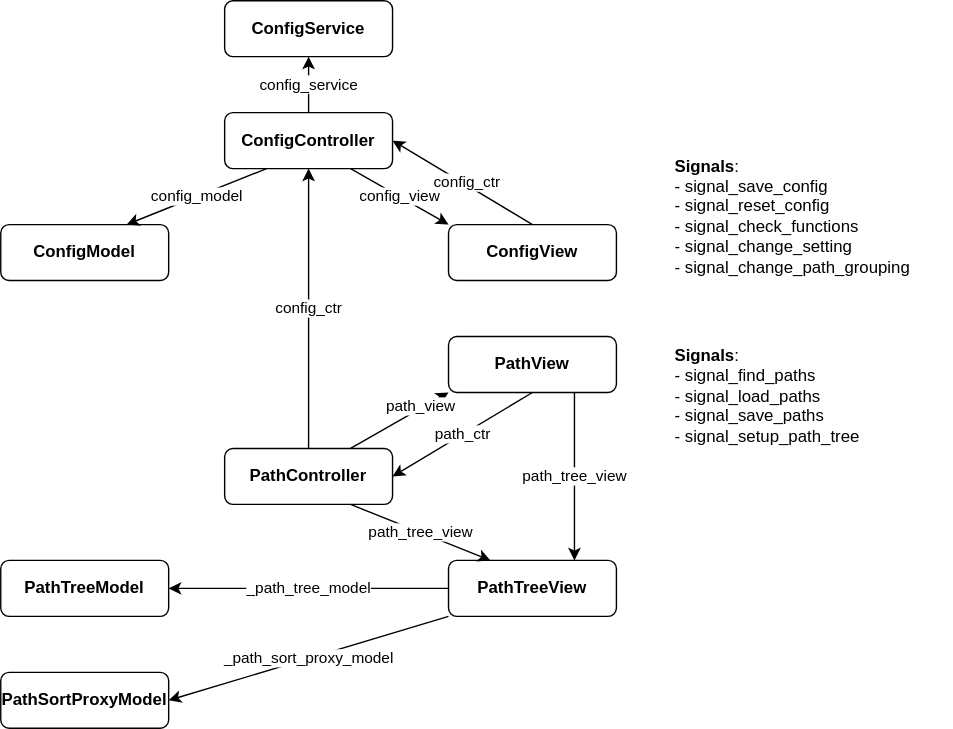
cyber-defence-campus/mole keeps this draw.io diagram as resources/software_architecture.svg. Above is the earlier version. Source tidied: cells renumbered, new cells last; positions are measured from the earlier drawing's top-left corner, leaving out a move shared by most shapes. Its diagram source:
```xml
<mxGraphModel>
  <root>
    <mxCell id="0" />
    <mxCell id="1" parent="0" />
    <mxCell id="2" value="&lt;b&gt;ConfigService&lt;/b&gt;" style="rounded=1;whiteSpace=wrap;html=1;" parent="1" vertex="1">
      <mxGeometry x="160" width="120" height="40" as="geometry" />
    </mxCell>
    <mxCell id="3" value="&lt;b&gt;ConfigModel&lt;/b&gt;" style="rounded=1;whiteSpace=wrap;html=1;" parent="1" vertex="1">
      <mxGeometry y="160" width="120" height="40" as="geometry" />
    </mxCell>
    <mxCell id="4" value="&lt;b&gt;ConfigView&lt;/b&gt;" style="rounded=1;whiteSpace=wrap;html=1;" parent="1" vertex="1">
      <mxGeometry x="320" y="160" width="120" height="40" as="geometry" />
    </mxCell>
    <mxCell id="5" value="&lt;b&gt;ConfigController&lt;/b&gt;" style="rounded=1;whiteSpace=wrap;html=1;" parent="1" vertex="1">
      <mxGeometry x="160" y="80" width="120" height="40" as="geometry" />
    </mxCell>
    <mxCell id="6" value="_config_ctr" style="endArrow=classic;html=1;rounded=0;exitX=0.5;exitY=0;exitDx=0;exitDy=0;entryX=1;entryY=0.5;entryDx=0;entryDy=0;" parent="1" edge="1" source="4" target="5">
      <mxGeometry relative="1" as="geometry" />
    </mxCell>
    <mxCell id="7" value="config_view" style="endArrow=classic;html=1;rounded=0;exitX=0.75;exitY=1;exitDx=0;exitDy=0;entryX=0;entryY=0;entryDx=0;entryDy=0;" parent="1" edge="1" source="5" target="4">
      <mxGeometry relative="1" as="geometry" />
    </mxCell>
    <mxCell id="8" value="config_model" style="endArrow=classic;html=1;rounded=0;exitX=0.25;exitY=1;exitDx=0;exitDy=0;entryX=0.75;entryY=0;entryDx=0;entryDy=0;" parent="1" edge="1" source="5" target="3">
      <mxGeometry relative="1" as="geometry" />
    </mxCell>
    <mxCell id="9" value="config&lt;span style=&quot;background-color: light-dark(#ffffff, var(--ge-dark-color, #121212)); color: light-dark(rgb(0, 0, 0), rgb(255, 255, 255));&quot;&gt;_service&lt;/span&gt;" style="endArrow=classic;html=1;rounded=0;entryX=0.5;entryY=1;entryDx=0;entryDy=0;exitX=0.5;exitY=0;exitDx=0;exitDy=0;" parent="1" edge="1" source="5" target="2">
      <mxGeometry relative="1" as="geometry" />
    </mxCell>
    <mxCell id="10" value="&lt;b&gt;Signals&lt;/b&gt;:&lt;br&gt;- signal_save_config&lt;br&gt;- signal_reset_config&lt;br&gt;- signal_check_functions&lt;br&gt;- signal_change_setting&lt;br&gt;- signal_change_path_grouping" style="text;html=1;align=left;verticalAlign=bottom;whiteSpace=wrap;rounded=0;spacingLeft=0;spacingRight=0;spacingBottom=0;spacingTop=0;" parent="1" vertex="1">
      <mxGeometry x="480" y="80" width="200" height="120" as="geometry" />
    </mxCell>
    <mxCell id="11" value="&lt;b&gt;PathController&lt;/b&gt;" style="rounded=1;whiteSpace=wrap;html=1;" parent="1" vertex="1">
      <mxGeometry x="160" y="320" width="120" height="40" as="geometry" />
    </mxCell>
    <mxCell id="12" value="&lt;b&gt;PathView&lt;/b&gt;" style="rounded=1;whiteSpace=wrap;html=1;" parent="1" vertex="1">
      <mxGeometry x="320" y="240" width="120" height="40" as="geometry" />
    </mxCell>
    <mxCell id="13" value="path_view" style="endArrow=classic;html=1;rounded=0;entryX=0;entryY=1;entryDx=0;entryDy=0;exitX=0.75;exitY=0;exitDx=0;exitDy=0;" parent="1" edge="1" source="11" target="12">
      <mxGeometry x="0.45" y="1" relative="1" as="geometry" />
    </mxCell>
    <mxCell id="14" value="config_ctr" style="endArrow=classic;html=1;rounded=0;exitX=0.5;exitY=0;exitDx=0;exitDy=0;entryX=0.5;entryY=1;entryDx=0;entryDy=0;" parent="1" edge="1" source="11" target="5">
      <mxGeometry relative="1" as="geometry" />
    </mxCell>
    <mxCell id="15" value="&lt;b&gt;PathTreeView&lt;/b&gt;" style="rounded=1;whiteSpace=wrap;html=1;" parent="1" vertex="1">
      <mxGeometry x="320" y="400" width="120" height="40" as="geometry" />
    </mxCell>
    <mxCell id="16" value="path_tree_view" style="endArrow=classic;html=1;rounded=0;entryX=0.25;entryY=0;entryDx=0;entryDy=0;exitX=0.75;exitY=1;exitDx=0;exitDy=0;" parent="1" edge="1" source="11" target="15">
      <mxGeometry relative="1" as="geometry" />
    </mxCell>
    <mxCell id="17" value="&lt;b&gt;Path&lt;/b&gt;&lt;b style=&quot;background-color: transparent; color: light-dark(rgb(0, 0, 0), rgb(255, 255, 255));&quot;&gt;TreeModel&lt;/b&gt;" style="rounded=1;whiteSpace=wrap;html=1;" parent="1" vertex="1">
      <mxGeometry y="400" width="120" height="40" as="geometry" />
    </mxCell>
    <mxCell id="18" value="&lt;b&gt;Signals&lt;/b&gt;:&lt;br&gt;- signal_find_paths&lt;br&gt;- signal_load_paths&lt;br&gt;- signal_save_paths&lt;br&gt;- signal_setup_path_tree" style="text;html=1;align=left;verticalAlign=top;whiteSpace=wrap;rounded=0;spacingLeft=0;spacingRight=0;spacingBottom=0;spacingTop=0;spacing=2;" parent="1" vertex="1">
      <mxGeometry x="480" y="240" width="200" height="120" as="geometry" />
    </mxCell>
    <mxCell id="19" value="path_ctr" style="endArrow=classic;html=1;rounded=0;exitX=0.5;exitY=1;exitDx=0;exitDy=0;entryX=1;entryY=0.5;entryDx=0;entryDy=0;" parent="1" edge="1" source="12" target="11">
      <mxGeometry relative="1" as="geometry" />
    </mxCell>
    <mxCell id="20" value="&lt;b&gt;PathSortProxyModel&lt;/b&gt;" style="rounded=1;whiteSpace=wrap;html=1;" parent="1" vertex="1">
      <mxGeometry y="480" width="120" height="40" as="geometry" />
    </mxCell>
    <mxCell id="21" value="path_tree_view" style="endArrow=classic;html=1;rounded=0;entryX=0.75;entryY=0;entryDx=0;entryDy=0;exitX=0.75;exitY=1;exitDx=0;exitDy=0;" parent="1" edge="1" source="12" target="15">
      <mxGeometry relative="1" as="geometry" />
    </mxCell>
    <mxCell id="22" value="_path_tree_model" style="endArrow=classic;html=1;rounded=0;exitX=0;exitY=0.5;exitDx=0;exitDy=0;entryX=1;entryY=0.5;entryDx=0;entryDy=0;" parent="1" edge="1" source="15" target="17">
      <mxGeometry relative="1" as="geometry" />
    </mxCell>
    <mxCell id="23" value="_path_sort_proxy_model" style="endArrow=classic;html=1;rounded=0;exitX=0;exitY=1;exitDx=0;exitDy=0;entryX=1;entryY=0.5;entryDx=0;entryDy=0;" parent="1" edge="1" source="15" target="20">
      <mxGeometry relative="1" as="geometry" />
    </mxCell>
  </root>
</mxGraphModel>
```
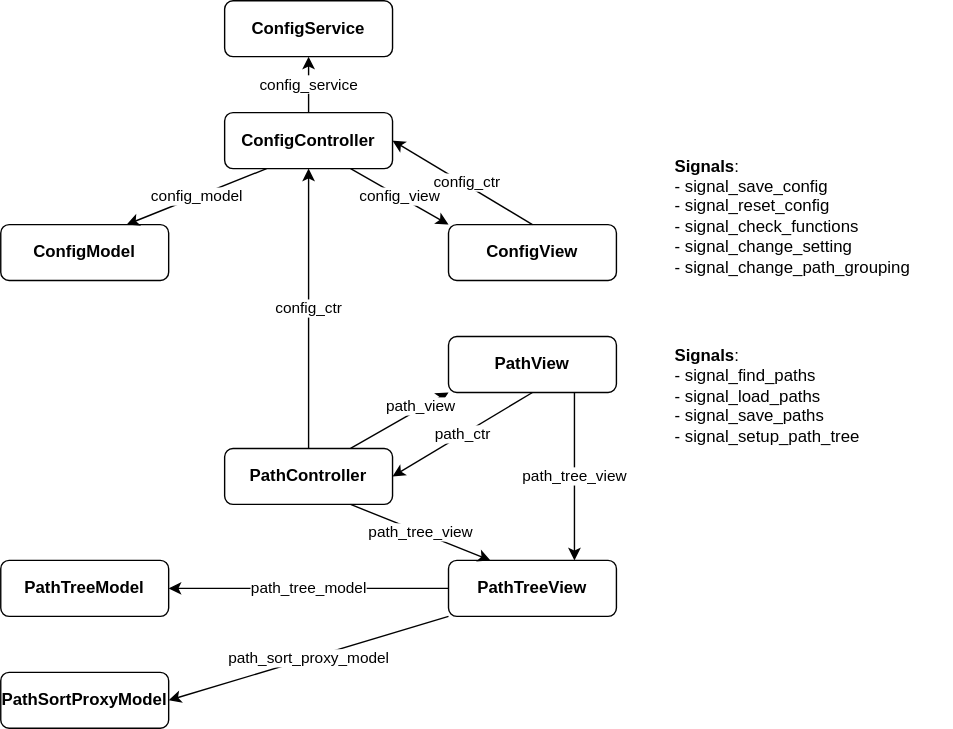
After the commit.

Change to the diagram source:
```diff
@@ -62,10 +62,10 @@
     <mxCell id="21" value="path_tree_view" style="endArrow=classic;html=1;rounded=0;entryX=0.75;entryY=0;entryDx=0;entryDy=0;exitX=0.75;exitY=1;exitDx=0;exitDy=0;" parent="1" edge="1" source="12" target="15">
       <mxGeometry relative="1" as="geometry" />
     </mxCell>
-    <mxCell id="22" value="_path_tree_model" style="endArrow=classic;html=1;rounded=0;exitX=0;exitY=0.5;exitDx=0;exitDy=0;entryX=1;entryY=0.5;entryDx=0;entryDy=0;" parent="1" edge="1" source="15" target="17">
+    <mxCell id="22" value="path_tree_model" style="endArrow=classic;html=1;rounded=0;exitX=0;exitY=0.5;exitDx=0;exitDy=0;entryX=1;entryY=0.5;entryDx=0;entryDy=0;" parent="1" edge="1" source="15" target="17">
       <mxGeometry relative="1" as="geometry" />
     </mxCell>
-    <mxCell id="23" value="_path_sort_proxy_model" style="endArrow=classic;html=1;rounded=0;exitX=0;exitY=1;exitDx=0;exitDy=0;entryX=1;entryY=0.5;entryDx=0;entryDy=0;" parent="1" edge="1" source="15" target="20">
+    <mxCell id="23" value="path_sort_proxy_model" style="endArrow=classic;html=1;rounded=0;exitX=0;exitY=1;exitDx=0;exitDy=0;entryX=1;entryY=0.5;entryDx=0;entryDy=0;" parent="1" edge="1" source="15" target="20">
       <mxGeometry relative="1" as="geometry" />
     </mxCell>
   </root>
```
